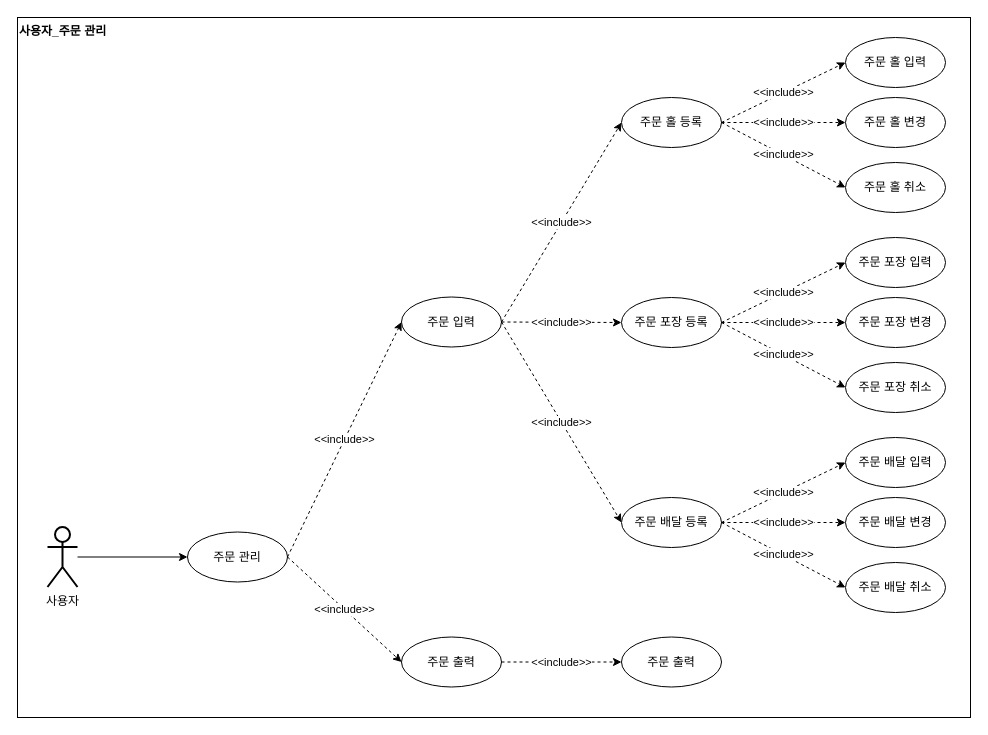
The draw.io diagram page "1.2 MenuManagement_Usecase" (2 of 14) of Diagram/Use Case/Use Case v1.3.drawio in thelight0804/Design_pattern-Java, before the edit. Source tidied: cells renumbered, new cells numbered last; positions are measured from the earlier drawing's top-left corner, leaving out a move shared by most shapes. Both pictures are drawn from the tidied source at 100%, with x=0, y=0 at pixel (17, 17).
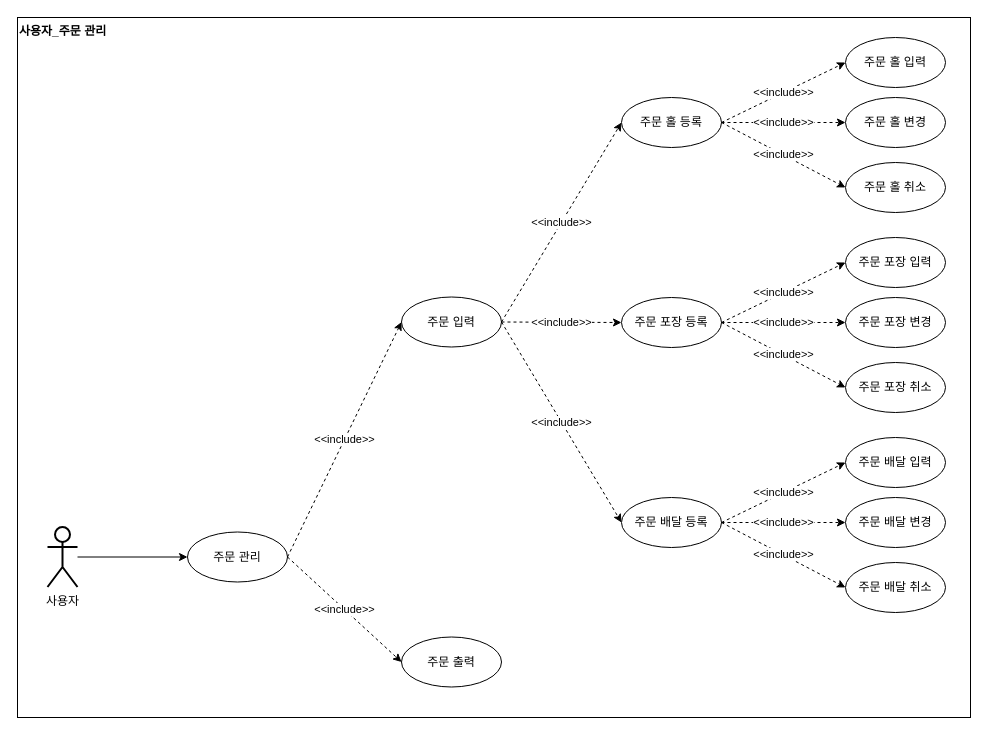
Above is the later version.

The change refers to these unchanged cells:
```xml
<mxCell id="8" value="&lt;span style=&quot;color: rgb(0, 0, 0);&quot;&gt;주문 출력&lt;/span&gt;&lt;font color=&quot;#000000&quot;&gt;&lt;br&gt;&lt;/font&gt;" style="ellipse;whiteSpace=wrap;html=1;fontColor=#B9E0A5;strokeColor=#000000;strokeWidth=1;" parent="1" vertex="1">
  <mxGeometry x="384" y="619.5" width="100" height="50" as="geometry" />
</mxCell>
```

What changed in the source:
```diff
@@
-    <mxCell id="9" value="&lt;span style=&quot;color: rgb(0, 0, 0);&quot;&gt;주문 출력&lt;/span&gt;&lt;font color=&quot;#000000&quot;&gt;&lt;br&gt;&lt;/font&gt;" style="ellipse;whiteSpace=wrap;html=1;fontColor=#B9E0A5;strokeColor=#000000;strokeWidth=1;" parent="1" vertex="1">
-      <mxGeometry x="604" y="619.5" width="100" height="50" as="geometry" />
-    </mxCell>
@@
-    <mxCell id="14" value="&amp;lt;&amp;lt;include&amp;gt;&amp;gt;" style="edgeStyle=none;rounded=0;jettySize=auto;html=1;entryX=0;entryY=0.5;entryDx=0;entryDy=0;dashed=1;exitX=1;exitY=0.5;exitDx=0;exitDy=0;" parent="1" edge="1" source="8" target="9">
-      <mxGeometry relative="1" as="geometry" />
-    </mxCell>
```
